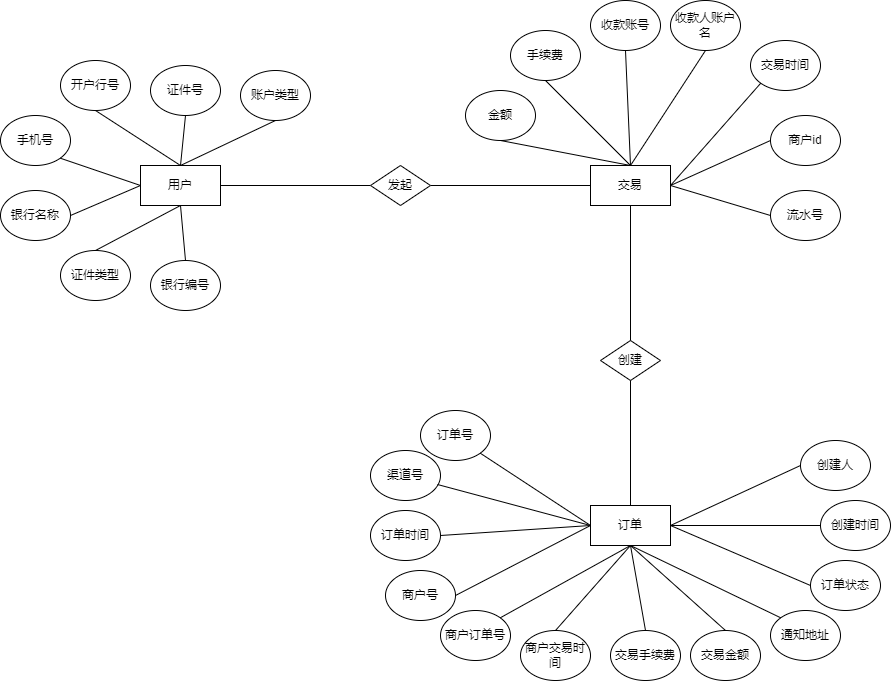
Before: 代付E-R图1.png, a diagram exported from draw.io (songyibo2019/mydiagrams). Source tidied: cells renumbered, new cells last; positions are measured from the earlier drawing's top-left corner, leaving out a move shared by most shapes.
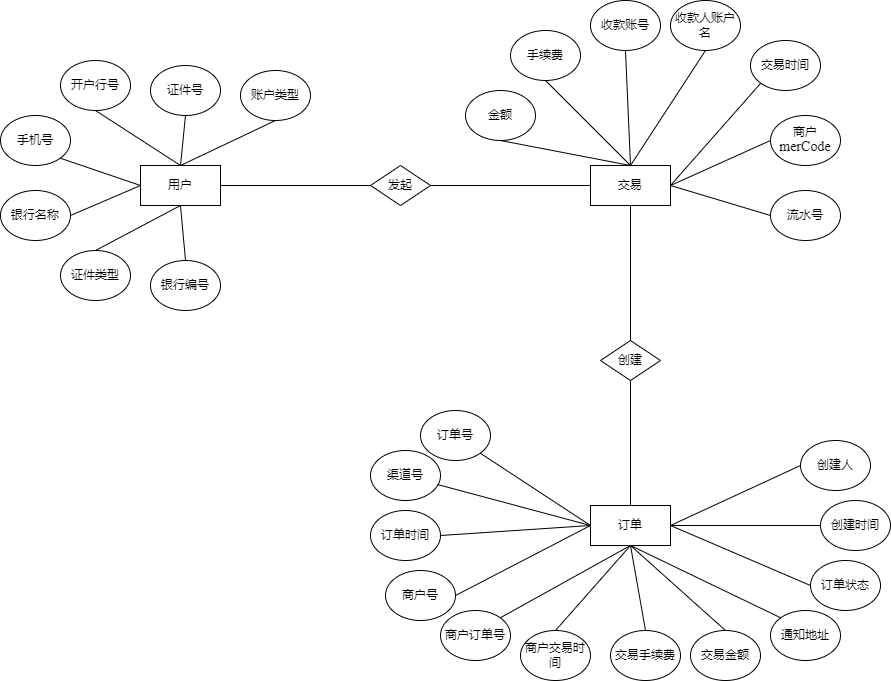
After the commit.

What changed in the source:
```diff
@@ -17,7 +17,7 @@
     <mxCell id="6" style="endArrow=none;html=1;rounded=0;exitX=1;exitY=0.5;exitDx=0;exitDy=0;entryX=0;entryY=0.5;entryDx=0;entryDy=0;startArrow=none;" parent="1" edge="1" source="10" target="4">
       <mxGeometry relative="1" as="geometry" />
     </mxCell>
-    <mxCell id="7" value="商户id" style="ellipse;whiteSpace=wrap;html=1;" parent="1" vertex="1">
+    <mxCell id="7" value="商户&lt;span style=&quot;font-family: &amp;#34;times new roman&amp;#34; ; font-size: 10.5pt&quot;&gt;merCode&lt;/span&gt;" style="ellipse;whiteSpace=wrap;html=1;" parent="1" vertex="1">
       <mxGeometry x="770" y="115" width="70" height="50" as="geometry" />
     </mxCell>
     <mxCell id="8" value="金额" style="ellipse;whiteSpace=wrap;html=1;" parent="1" vertex="1">
```
